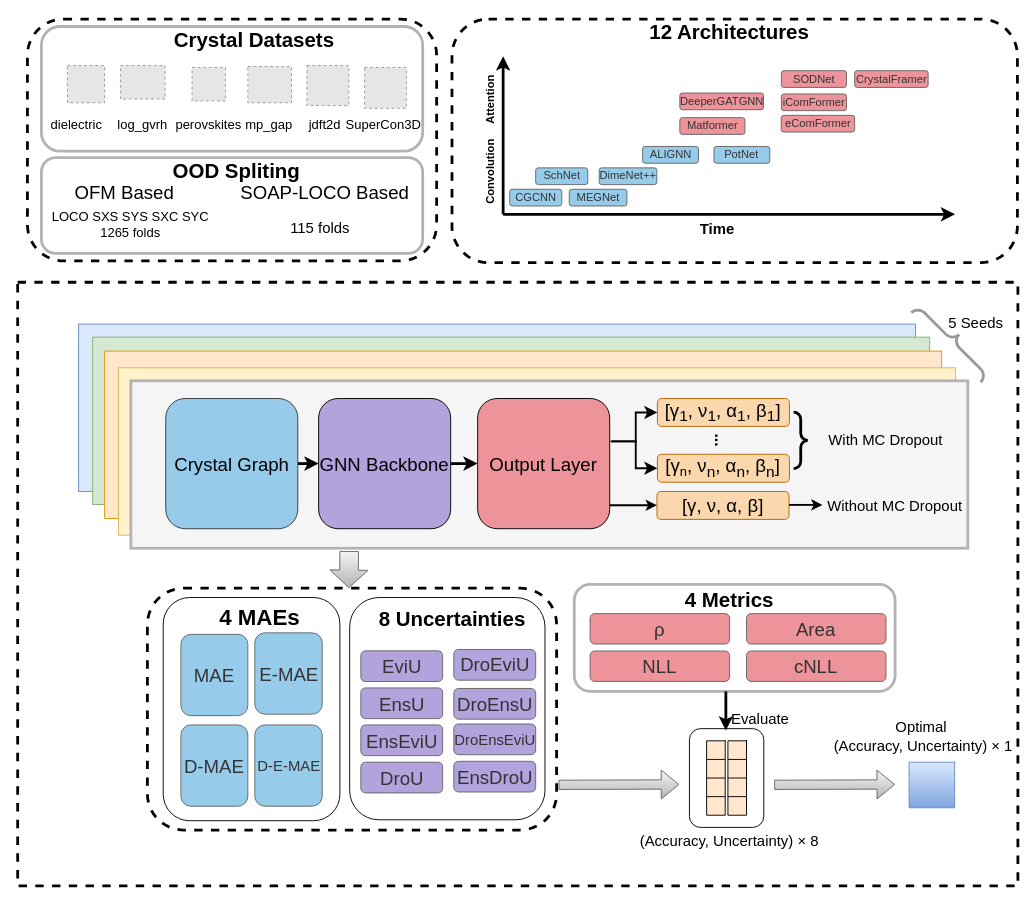
Earlier version of the draw.io diagram draw.io/MatUQ-frame.drawio (tetean/image-host). Source tidied: cells renumbered, new cells numbered last; positions are measured from the earlier drawing's top-left corner, leaving out a move shared by most shapes. Both pictures are drawn from the tidied source at 93%, with x=0, y=0 at pixel (17, 19). Pictures stored in the file or linked from it are replaced by grey dashed boxes.
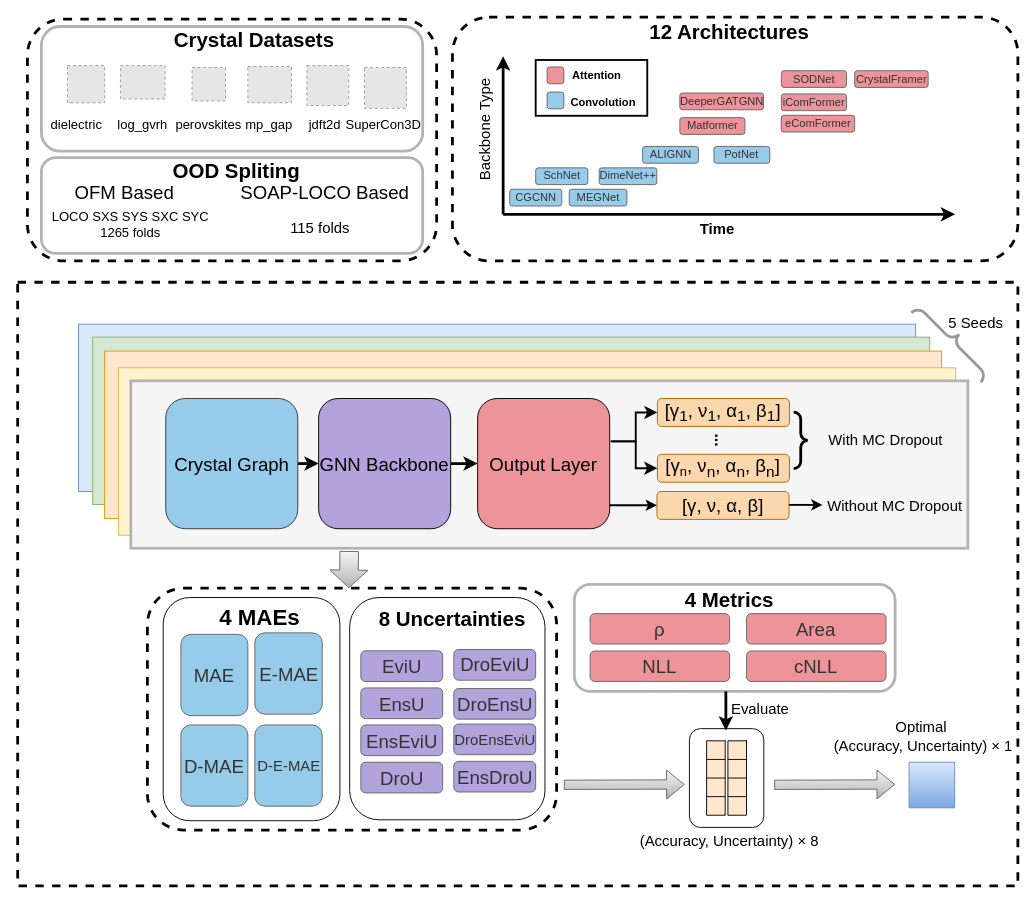
The same page after the edit.

The edit, as a diff of the source:
```diff
@@
     <mxCell id="2" style="rounded=1;whiteSpace=wrap;html=1;strokeWidth=3;dashed=1;" parent="1" vertex="1">
-      <mxGeometry x="467.5" width="608" height="262" as="geometry" />
+      <mxGeometry x="468" y="-2" width="608" height="262" as="geometry" />
     </mxCell>
@@
-    <mxCell id="23" value="&lt;b style=&quot;&quot;&gt;&lt;font style=&quot;font-size: 12px;&quot;&gt;Convolution&amp;nbsp;&lt;/font&gt;&lt;/b&gt;" style="text;html=1;whiteSpace=wrap;strokeColor=none;fillColor=none;align=center;verticalAlign=middle;rounded=0;rotation=-90;fontSize=16;" parent="1" vertex="1">
-      <mxGeometry x="467.5" y="148" width="80" height="30" as="geometry" />
-    </mxCell>
@@
-    <mxCell id="39" style="shape=flexArrow;endArrow=classic;html=1;rounded=0;fillColor=#f5f5f5;strokeColor=#666666;gradientColor=#b3b3b3;" parent="1" edge="1">
-      <mxGeometry relative="1" as="geometry">
-        <mxPoint x="582" y="823.4" as="sourcePoint" />
-        <mxPoint x="712" y="823" as="targetPoint" />
-      </mxGeometry>
-    </mxCell>
@@
     <mxCell id="66" value="&lt;div style=&quot;text-align: center;&quot;&gt;&lt;span style=&quot;background-color: transparent; color: light-dark(rgb(0, 0, 0), rgb(255, 255, 255));&quot;&gt;&lt;font style=&quot;font-size: 16px;&quot;&gt;Evaluate&lt;/font&gt;&lt;/span&gt;&lt;/div&gt;" style="text;whiteSpace=wrap;html=1;" parent="1" vertex="1">
-      <mxGeometry x="766" y="736.1" width="100" height="40" as="geometry" />
+      <mxGeometry x="766" y="726" width="100" height="26" as="geometry" />
     </mxCell>
@@
-    <mxCell id="114" value="&lt;div style=&quot;text-align: center;&quot;&gt;&lt;span style=&quot;background-color: transparent; color: light-dark(rgb(0, 0, 0), rgb(255, 255, 255));&quot;&gt;&lt;b style=&quot;&quot;&gt;&lt;font&gt;Attention&lt;/font&gt;&lt;/b&gt;&lt;/span&gt;&lt;/div&gt;" style="text;whiteSpace=wrap;html=1;rotation=-90;" parent="1" vertex="1">
-      <mxGeometry x="485" y="45" width="80" height="60" as="geometry" />
-    </mxCell>
@@
+    <mxCell id="118" style="rounded=0;whiteSpace=wrap;html=1;strokeWidth=2;" parent="1" vertex="1">
+      <mxGeometry x="557.5" y="44" width="120" height="60" as="geometry" />
+    </mxCell>
+    <mxCell id="114" value="&lt;div style=&quot;text-align: center;&quot;&gt;&lt;span style=&quot;background-color: transparent; color: light-dark(rgb(0, 0, 0), rgb(255, 255, 255));&quot;&gt;&lt;b style=&quot;&quot;&gt;&lt;font&gt;Attention&lt;/font&gt;&lt;/b&gt;&lt;/span&gt;&lt;/div&gt;" style="text;whiteSpace=wrap;html=1;rotation=0;rounded=0;" parent="1" vertex="1">
+      <mxGeometry x="595.1" y="47" width="50.4" height="32.5" as="geometry" />
+    </mxCell>
+    <mxCell id="23" value="&lt;b style=&quot;&quot;&gt;&lt;font style=&quot;font-size: 12px;&quot;&gt;Convolution&amp;nbsp;&lt;/font&gt;&lt;/b&gt;" style="text;html=1;whiteSpace=wrap;strokeColor=none;fillColor=none;align=center;verticalAlign=middle;rounded=0;rotation=0;fontSize=16;" parent="1" vertex="1">
+      <mxGeometry x="592.4" y="75.5" width="80" height="24" as="geometry" />
+    </mxCell>
+    <mxCell id="119" style="rounded=1;whiteSpace=wrap;html=1;rotation=0;labelBackgroundColor=none;fillColor=light-dark(#96ccea, #615486);fontColor=#333333;strokeColor=#666666;" parent="1" vertex="1">
+      <mxGeometry x="569.8" y="78.5" width="18" height="18" as="geometry" />
+    </mxCell>
+    <mxCell id="120" style="rounded=1;whiteSpace=wrap;html=1;rotation=0;labelBackgroundColor=none;fillColor=#ED949A;fontColor=#333333;strokeColor=#666666;" parent="1" vertex="1">
+      <mxGeometry x="569.8" y="51.5" width="18" height="18" as="geometry" />
+    </mxCell>
+    <mxCell id="121" value="&lt;span style=&quot;color: rgb(0, 0, 0); font-family: Helvetica; font-style: normal; font-variant-ligatures: normal; font-variant-caps: normal; font-weight: 400; letter-spacing: normal; orphans: 2; text-align: center; text-indent: 0px; text-transform: none; widows: 2; word-spacing: 0px; -webkit-text-stroke-width: 0px; white-space: normal; text-decoration-thickness: initial; text-decoration-style: initial; text-decoration-color: initial; float: none; display: inline !important;&quot;&gt;&lt;font style=&quot;font-size: 16px;&quot;&gt;Backbone Type&lt;/font&gt;&lt;/span&gt;" style="text;whiteSpace=wrap;html=1;rotation=-90;" parent="1" vertex="1">
+      <mxGeometry x="454.8" y="93" width="115" height="50" as="geometry" />
+    </mxCell>
+    <mxCell id="122" style="shape=flexArrow;endArrow=classic;html=1;rounded=0;fillColor=#f5f5f5;gradientColor=#b3b3b3;strokeColor=#666666;" parent="1" edge="1">
+      <mxGeometry relative="1" as="geometry">
+        <mxPoint x="587.8" y="823.4" as="sourcePoint" />
+        <mxPoint x="717.8" y="823" as="targetPoint" />
+      </mxGeometry>
+    </mxCell>
```
